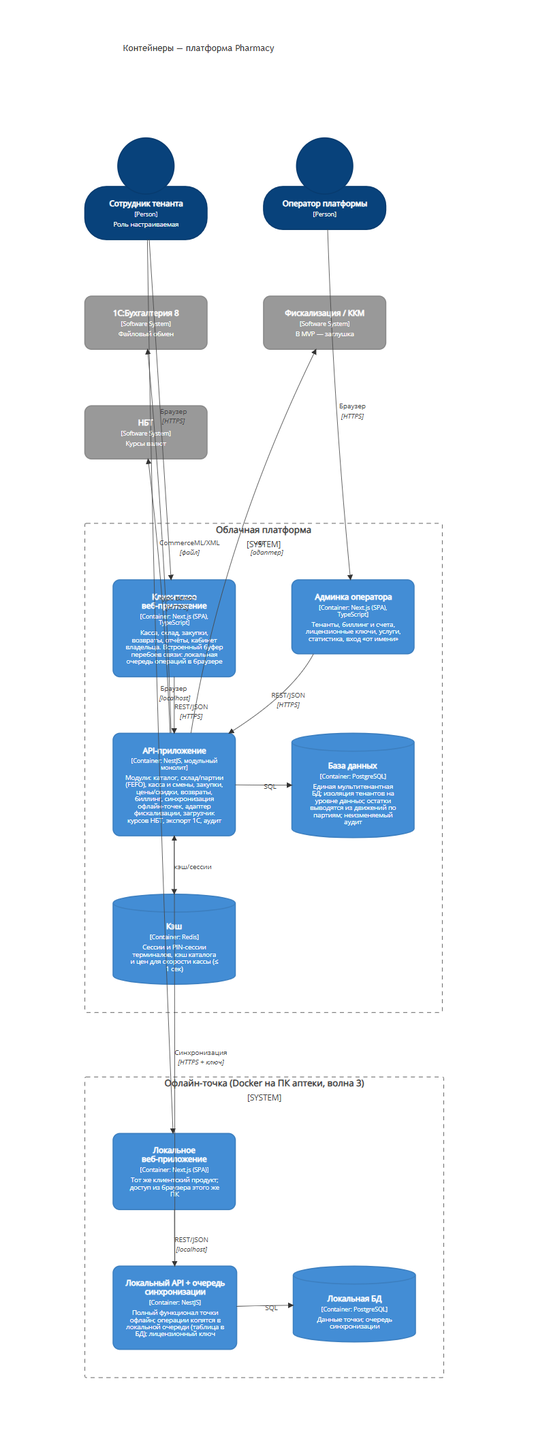
This is docs/architecture/c4/img/container.png from zohidweb/pharmacy, a Mermaid export, as it was before one commit. Its source is kept beside it as docs/architecture/c4/container.mmd.
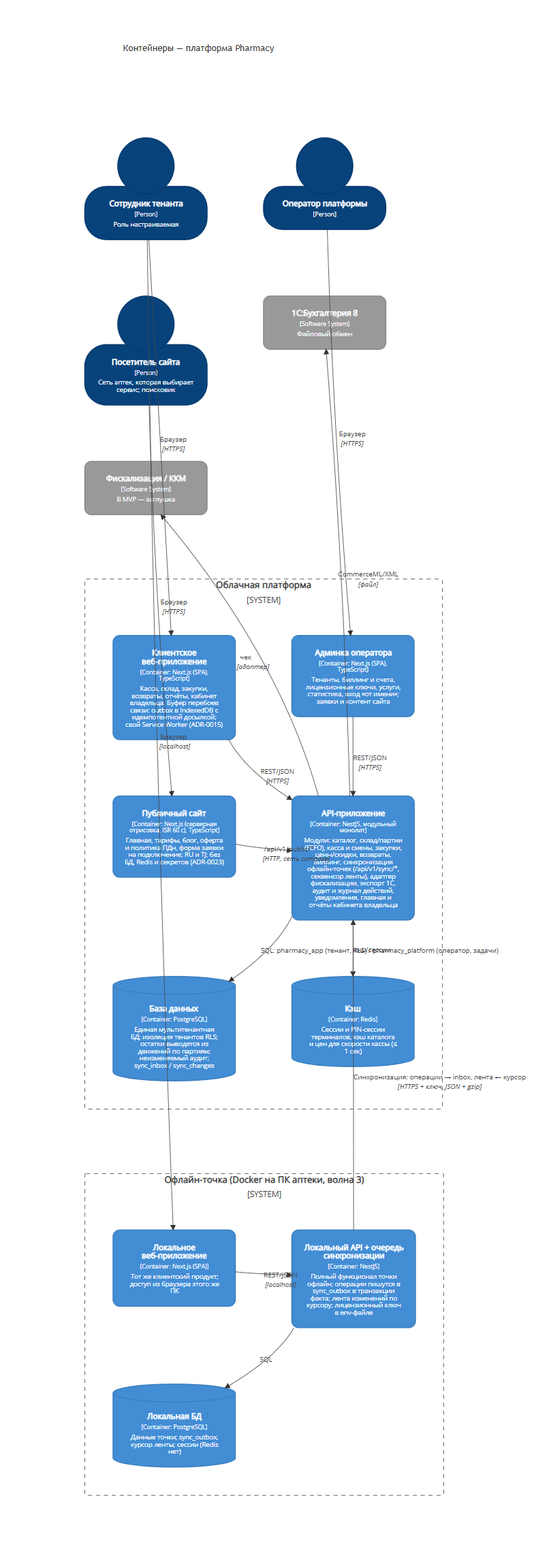
After the commit.

Change to the diagram source:
```diff
@@ -3,10 +3,12 @@
 
   Person(tenantUser, "Сотрудник тенанта", "Роль настраиваемая")
   Person(platformOp, "Оператор платформы")
+  Person(visitor, "Посетитель сайта", "Сеть аптек, которая выбирает сервис; поисковик")
 
   System_Boundary(cloud, "Облачная платформа") {
     Container(web, "Клиентское веб-приложение", "Next.js (SPA), TypeScript", "Касса, склад, закупки, возвраты, отчёты, кабинет владельца. Буфер перебоев связи: outbox в IndexedDB с идемпотентной досылкой; свой Service Worker (ADR-0015)")
-    Container(admin, "Админка оператора", "Next.js (SPA), TypeScript", "Тенанты, биллинг и счета, лицензионные ключи, услуги, статистика, вход «от имени»")
+    Container(admin, "Админка оператора", "Next.js (SPA), TypeScript", "Тенанты, биллинг и счета, лицензионные ключи, услуги, статистика, вход «от имени»; заявки и контент сайта")
+    Container(site, "Публичный сайт", "Next.js (серверная отрисовка, ISR 60 с), TypeScript", "Главная, тарифы, блог, оферта и политика ПДн, форма заявки на подключение; RU и TJ; без БД, Redis и секретов (ADR-0023)")
     Container(api, "API-приложение", "NestJS, модульный монолит", "Модули: каталог, склад/партии (FEFO), касса и смены, закупки, цены/скидки, возвраты, биллинг, синхронизация офлайн-точек (/api/v1/sync/*, секвенсор ленты), адаптер фискализации, экспорт 1С, аудит и журнал действий, уведомления, главная и отчёты кабинета владельца")
     ContainerDb(db, "База данных", "PostgreSQL", "Единая мультитенантная БД; изоляция тенантов RLS; остатки выводятся из движений по партиям; неизменяемый аудит; sync_inbox / sync_changes")
     ContainerDb(redis, "Кэш", "Redis", "Сессии и PIN-сессии терминалов, кэш каталога и цен для скорости кассы (≤ 1 сек)")
@@ -23,10 +25,12 @@
 
   Rel(tenantUser, web, "Браузер", "HTTPS")
   Rel(platformOp, admin, "Браузер", "HTTPS")
+  Rel(visitor, site, "Браузер", "HTTPS")
   Rel(tenantUser, lweb, "Браузер", "localhost")
 
   Rel(web, api, "REST/JSON", "HTTPS")
   Rel(admin, api, "REST/JSON", "HTTPS")
+  Rel(site, api, "/api/v1/public/*", "HTTP, сеть compose")
   Rel(api, db, "SQL: pharmacy_app (тенант, RLS) / pharmacy_platform (оператор, задачи)", "")
   Rel(api, redis, "кэш/сессии", "")
 
```
